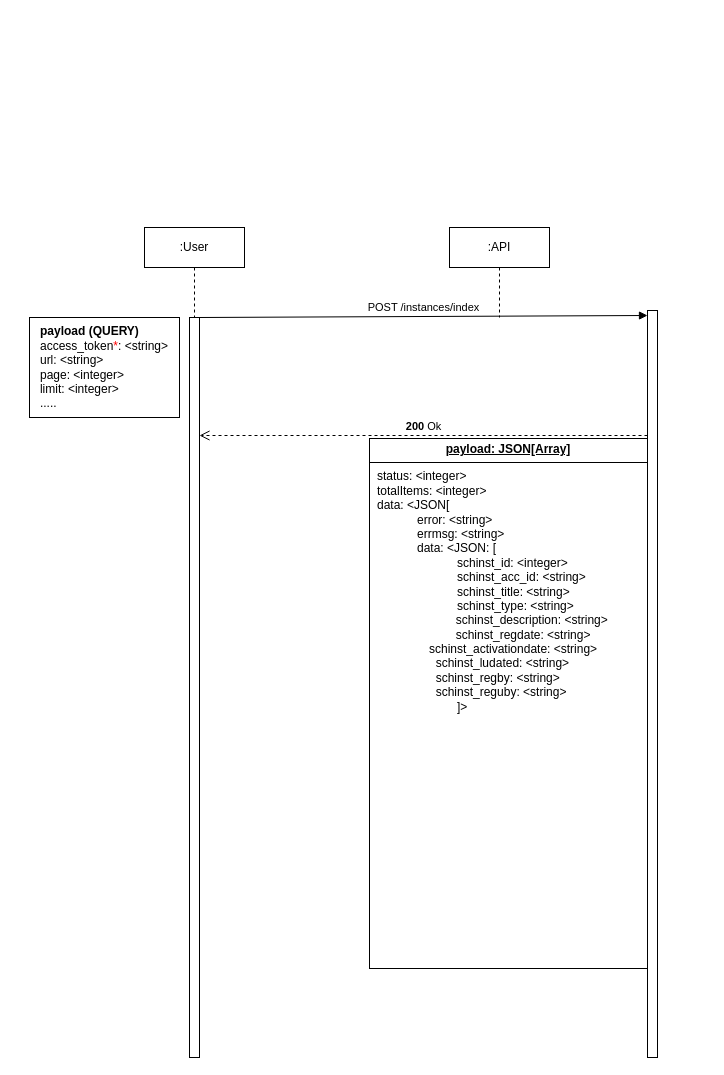
Above: page "All School Instances (Configuration)" (4 of 11) of scholar-api-flows1.drawio in olougepa/scholar-api (draw.io), before the change. Source tidied: cells renumbered, new cells numbered last; positions are measured from the earlier drawing's top-left corner, leaving out a move shared by most shapes. Both pictures are drawn from the tidied source at 100%, with x=0, y=0 at pixel (29, 227).
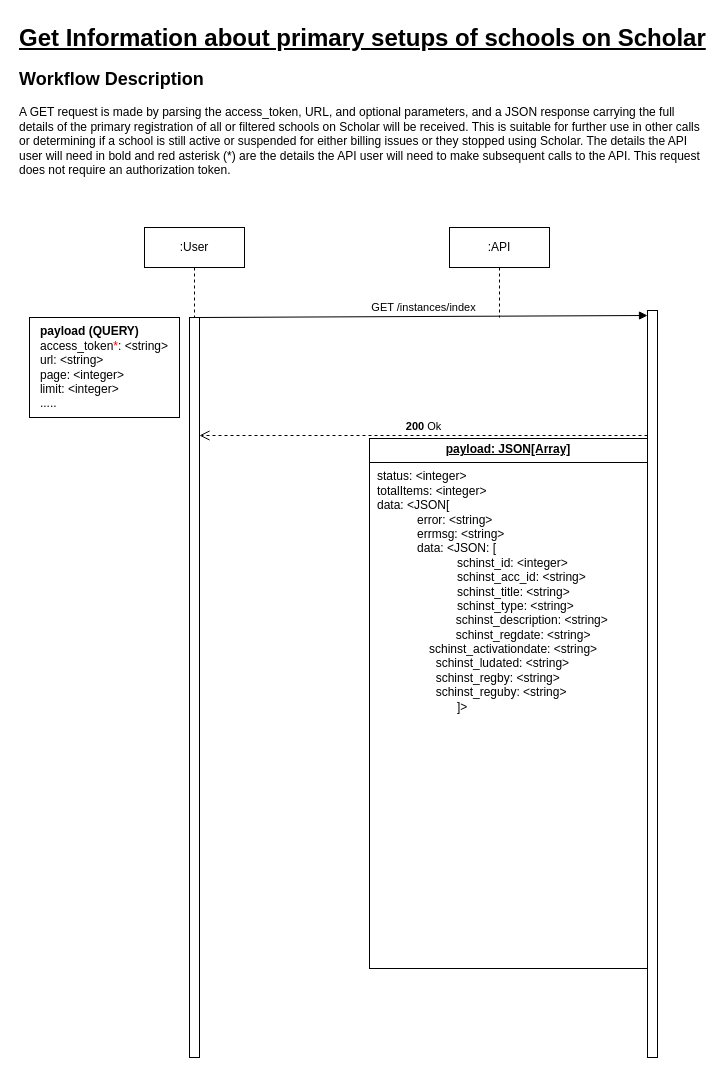
Above is the later version.

Diff of the diagram source:
```diff
@@
 <mxGraphModel>
   <root>
     <mxCell id="0" />
     <mxCell id="1" parent="0" />
     <mxCell id="2" style="html=1;points=[[0,0,0,0,5],[0,1,0,0,-5],[1,0,0,0,5],[1,1,0,0,-5]];perimeter=orthogonalPerimeter;outlineConnect=0;targetShapes=umlLifeline;portConstraint=eastwest;newEdgeStyle={&quot;curved&quot;:0,&quot;rounded&quot;:0};" parent="1" vertex="1">
       <mxGeometry x="618" y="83" width="10" height="747" as="geometry" />
     </mxCell>
-    <mxCell id="3" value="POST /instances/index" style="html=1;verticalAlign=bottom;endArrow=block;curved=0;rounded=0;entryX=0;entryY=0;entryDx=0;entryDy=5;" parent="1" edge="1" source="5" target="2">
+    <mxCell id="3" value="GET /instances/index" style="html=1;verticalAlign=bottom;endArrow=block;curved=0;rounded=0;entryX=0;entryY=0;entryDx=0;entryDy=5;" parent="1" edge="1" source="5" target="2">
       <mxGeometry relative="1" as="geometry" />
     </mxCell>
     <mxCell id="4" value="&lt;b&gt;200&lt;/b&gt; Ok" style="html=1;verticalAlign=bottom;endArrow=open;dashed=1;endSize=8;curved=0;rounded=0;" parent="1" edge="1" source="2">
       <mxGeometry relative="1" as="geometry">
         <mxPoint x="170" y="208" as="targetPoint" />
       </mxGeometry>
     </mxCell>
     <mxCell id="5" style="html=1;points=[[0,0,0,0,5],[0,1,0,0,-5],[1,0,0,0,5],[1,1,0,0,-5]];perimeter=orthogonalPerimeter;outlineConnect=0;targetShapes=umlLifeline;portConstraint=eastwest;newEdgeStyle={&quot;curved&quot;:0,&quot;rounded&quot;:0};" parent="1" vertex="1">
       <mxGeometry x="160" y="90" width="10" height="740" as="geometry" />
     </mxCell>
     <mxCell id="6" value="&lt;p style=&quot;margin:0px;margin-top:4px;text-align:center;text-decoration:underline;&quot;&gt;&lt;b&gt;payload: JSON[Array]&lt;/b&gt;&lt;/p&gt;&lt;hr size=&quot;1&quot; style=&quot;border-style:solid;&quot;&gt;&lt;p style=&quot;margin:0px;margin-left:8px;&quot;&gt;status: &amp;lt;integer&amp;gt;&lt;/p&gt;&lt;p style=&quot;margin:0px;margin-left:8px;&quot;&gt;totalItems: &amp;lt;integer&amp;gt;&lt;/p&gt;&lt;p style=&quot;margin:0px;margin-left:8px;&quot;&gt;data: &amp;lt;JSON[&lt;/p&gt;&lt;blockquote style=&quot;margin: 0 0 0 40px; border: none; padding: 0px;&quot;&gt;&lt;p style=&quot;margin:0px;margin-left:8px;&quot;&gt;error: &amp;lt;string&amp;gt;&lt;/p&gt;&lt;p style=&quot;margin:0px;margin-left:8px;&quot;&gt;errmsg: &amp;lt;string&amp;gt;&lt;/p&gt;&lt;p style=&quot;margin:0px;margin-left:8px;&quot;&gt;data: &amp;lt;JSON: [&amp;nbsp;&lt;/p&gt;&lt;/blockquote&gt;&lt;blockquote style=&quot;margin: 0 0 0 40px; border: none; padding: 0px;&quot;&gt;&lt;blockquote style=&quot;margin: 0 0 0 40px; border: none; padding: 0px;&quot;&gt;&lt;p style=&quot;margin:0px;margin-left:8px;&quot;&gt;schinst_id: &amp;lt;integer&amp;gt;&lt;/p&gt;&lt;/blockquote&gt;&lt;blockquote style=&quot;margin: 0 0 0 40px; border: none; padding: 0px;&quot;&gt;&lt;p style=&quot;margin:0px;margin-left:8px;&quot;&gt;schinst_acc_id: &amp;lt;string&amp;gt;&lt;/p&gt;&lt;/blockquote&gt;&lt;blockquote style=&quot;margin: 0 0 0 40px; border: none; padding: 0px;&quot;&gt;&lt;p style=&quot;margin:0px;margin-left:8px;&quot;&gt;schinst_title: &amp;lt;string&amp;gt;&lt;/p&gt;&lt;/blockquote&gt;&lt;blockquote style=&quot;margin: 0 0 0 40px; border: none; padding: 0px;&quot;&gt;&lt;p style=&quot;margin:0px;margin-left:8px;&quot;&gt;schinst_type: &amp;lt;string&amp;gt;&lt;/p&gt;&lt;/blockquote&gt;&lt;blockquote style=&quot;margin: 0 0 0 40px; border: none; padding: 0px;&quot;&gt;&amp;nbsp; schinst_description&lt;span style=&quot;background-color: initial;&quot;&gt;: &amp;lt;string&amp;gt;&lt;/span&gt;&lt;/blockquote&gt;&lt;span style=&quot;white-space: pre;&quot;&gt;&#9;&lt;/span&gt;&amp;nbsp; &amp;nbsp; &amp;nbsp; schinst_regdate:&amp;nbsp;&lt;span style=&quot;background-color: initial;&quot;&gt;&amp;lt;string&amp;gt;&amp;nbsp;&lt;/span&gt;&lt;/blockquote&gt;&lt;blockquote style=&quot;margin: 0 0 0 40px; border: none; padding: 0px;&quot;&gt;&lt;span style=&quot;background-color: initial;&quot;&gt;&amp;nbsp; &amp;nbsp; &amp;nbsp; schinst_activationdate: &amp;lt;string&amp;gt;&lt;/span&gt;&lt;/blockquote&gt;&lt;blockquote style=&quot;margin: 0 0 0 40px; border: none; padding: 0px;&quot;&gt;&lt;span style=&quot;white-space: pre;&quot;&gt;&#9;&lt;/span&gt;schinst_ludated: &amp;lt;string&amp;gt;&lt;/blockquote&gt;&lt;blockquote style=&quot;margin: 0 0 0 40px; border: none; padding: 0px;&quot;&gt;&amp;nbsp; &amp;nbsp; &amp;nbsp; &amp;nbsp;&amp;nbsp;schinst_regby: &amp;lt;string&amp;gt;&lt;/blockquote&gt;&lt;blockquote style=&quot;margin: 0 0 0 40px; border: none; padding: 0px;&quot;&gt;&lt;span style=&quot;white-space: pre;&quot;&gt;&#9;&lt;/span&gt;schinst_reguby: &amp;lt;string&amp;gt;&lt;br&gt;&lt;blockquote style=&quot;margin: 0 0 0 40px; border: none; padding: 0px;&quot;&gt;&lt;p style=&quot;margin: 0px 0px 0px 8px;&quot;&gt;&lt;span style=&quot;background-color: initial;&quot;&gt;]&amp;gt;&lt;/span&gt;&lt;/p&gt;&lt;/blockquote&gt;&lt;/blockquote&gt;" style="verticalAlign=top;align=left;overflow=fill;html=1;whiteSpace=wrap;" parent="1" vertex="1">
       <mxGeometry x="340" y="211" width="278" height="530" as="geometry" />
     </mxCell>
     <mxCell id="7" value=":User" style="shape=umlLifeline;perimeter=lifelinePerimeter;whiteSpace=wrap;html=1;newEdgeStyle={&quot;curved&quot;:0,&quot;rounded&quot;:0};" parent="1" vertex="1">
       <mxGeometry x="115" width="100" height="90" as="geometry" />
     </mxCell>
     <mxCell id="8" value=":API" style="shape=umlLifeline;perimeter=lifelinePerimeter;whiteSpace=wrap;html=1;newEdgeStyle={&quot;curved&quot;:0,&quot;rounded&quot;:0};" parent="1" vertex="1">
       <mxGeometry x="420" width="100" height="90" as="geometry" />
     </mxCell>
     <mxCell id="9" value="&lt;div style=&quot;text-align: left;&quot;&gt;&lt;b style=&quot;background-color: initial;&quot;&gt;payload (QUERY)&lt;/b&gt;&lt;/div&gt;&lt;div style=&quot;text-align: left;&quot;&gt;access_token&lt;font color=&quot;#ff0000&quot;&gt;*&lt;/font&gt;: &amp;lt;string&amp;gt;&lt;/div&gt;&lt;div style=&quot;text-align: left;&quot;&gt;url: &amp;lt;string&amp;gt;&lt;/div&gt;&lt;div style=&quot;text-align: left;&quot;&gt;page: &amp;lt;integer&amp;gt;&lt;/div&gt;&lt;div style=&quot;text-align: left;&quot;&gt;limit: &amp;lt;integer&amp;gt;&lt;/div&gt;&lt;div style=&quot;text-align: left;&quot;&gt;.....&lt;/div&gt;" style="html=1;whiteSpace=wrap;" parent="1" vertex="1">
       <mxGeometry y="90" width="150" height="100" as="geometry" />
     </mxCell>
+    <mxCell id="10" value="&lt;h1 style=&quot;margin-top: 0px;&quot;&gt;&lt;u&gt;Get Information about primary setups of schools on Scholar&lt;/u&gt;&lt;/h1&gt;&lt;h2 style=&quot;margin-top: 0px;&quot;&gt;Workflow Description&lt;/h2&gt;&lt;p&gt;A GET request is made by parsing the access_token, URL, and optional parameters, and a JSON response carrying the full details of the primary registration of all or filtered schools on Scholar will be received. This is suitable for further use in other calls or determining if a school is still active or suspended for either billing issues or they stopped using Scholar. The details the API user will need in bold and red asterisk (*) are the details the API user will need to make subsequent calls to the API. This request does not require an authorization token.&lt;/p&gt;" style="text;html=1;whiteSpace=wrap;overflow=hidden;rounded=0;" parent="1" vertex="1">
+      <mxGeometry x="-12" y="-210" width="690" height="170" as="geometry" />
+    </mxCell>
   </root>
 </mxGraphModel>
```
